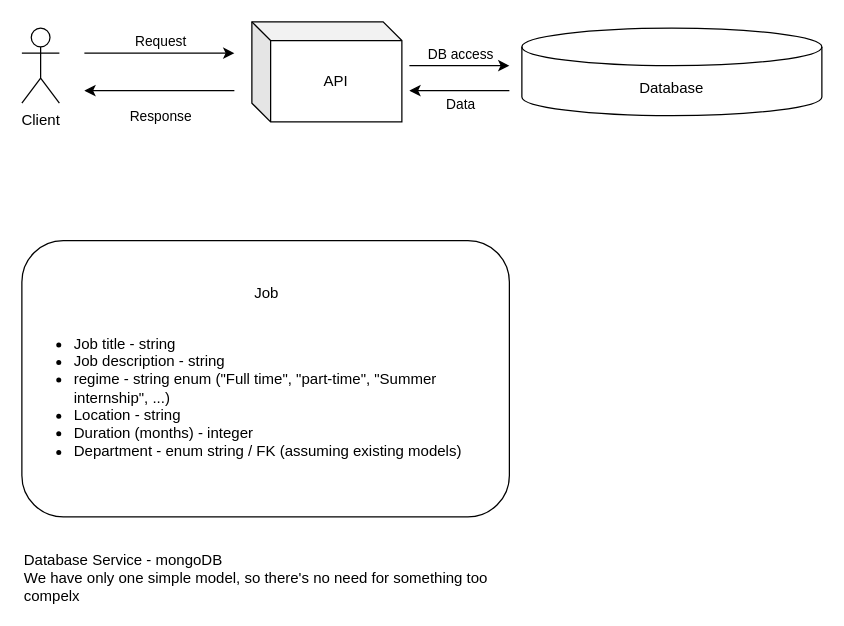
This is architecture.drawio from Migalvao/whitesmith-coding-challenge, a draw.io file, before an edit. Source tidied: cells renumbered, new cells numbered last; positions are measured from the earlier drawing's top-left corner, leaving out a move shared by most shapes. Both pictures are drawn from the tidied source at 125%, with x=0, y=0 at pixel (21, 21).
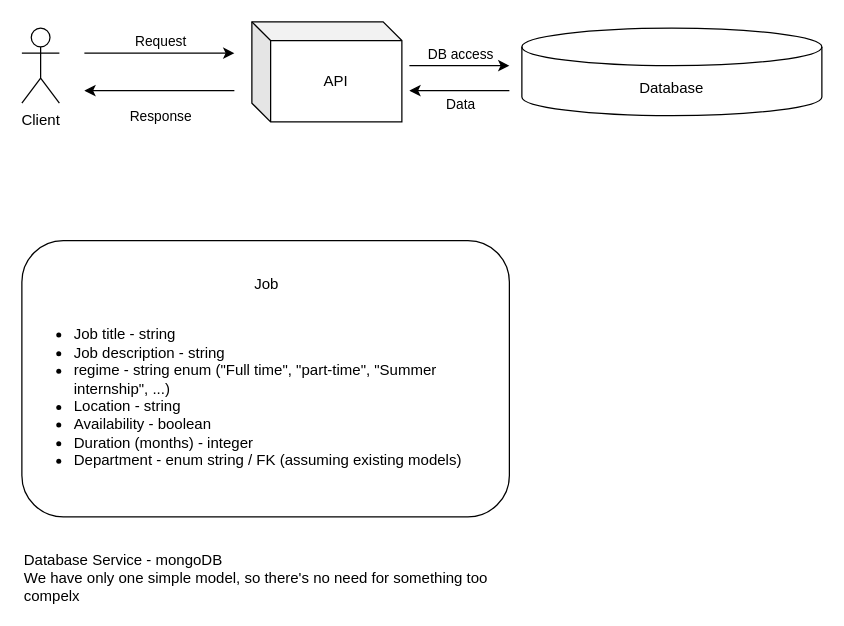
After the change.

Diff of the diagram source:
```diff
@@
-    <mxCell id="13" value="&lt;div style=&quot;text-align: center&quot;&gt;&lt;span&gt;Job&lt;/span&gt;&lt;/div&gt;&lt;br&gt;&lt;ul&gt;&lt;li&gt;Job title - string&lt;/li&gt;&lt;li&gt;Job description - string&lt;/li&gt;&lt;li&gt;regime - string enum (&quot;Full time&quot;, &quot;part-time&quot;, &quot;Summer internship&quot;, ...)&lt;/li&gt;&lt;li&gt;Location - string&lt;/li&gt;&lt;li&gt;Duration (months) - integer&lt;/li&gt;&lt;li&gt;Department - enum string / FK (assuming existing models)&lt;/li&gt;&lt;/ul&gt;" style="rounded=1;whiteSpace=wrap;html=1;align=left;" parent="1" vertex="1">
+    <mxCell id="13" value="&lt;div style=&quot;text-align: center&quot;&gt;&lt;span&gt;Job&lt;/span&gt;&lt;/div&gt;&lt;br&gt;&lt;ul&gt;&lt;li&gt;Job title - string&lt;/li&gt;&lt;li&gt;Job description - string&lt;/li&gt;&lt;li&gt;regime - string enum (&quot;Full time&quot;, &quot;part-time&quot;, &quot;Summer internship&quot;, ...)&lt;/li&gt;&lt;li&gt;Location - string&lt;/li&gt;&lt;li&gt;Availability - boolean&lt;/li&gt;&lt;li&gt;Duration (months) - integer&lt;/li&gt;&lt;li&gt;Department - enum string / FK (assuming existing models)&lt;/li&gt;&lt;/ul&gt;" style="rounded=1;whiteSpace=wrap;html=1;align=left;" parent="1" vertex="1">
       <mxGeometry y="175" width="390" height="221" as="geometry" />
     </mxCell>
```
